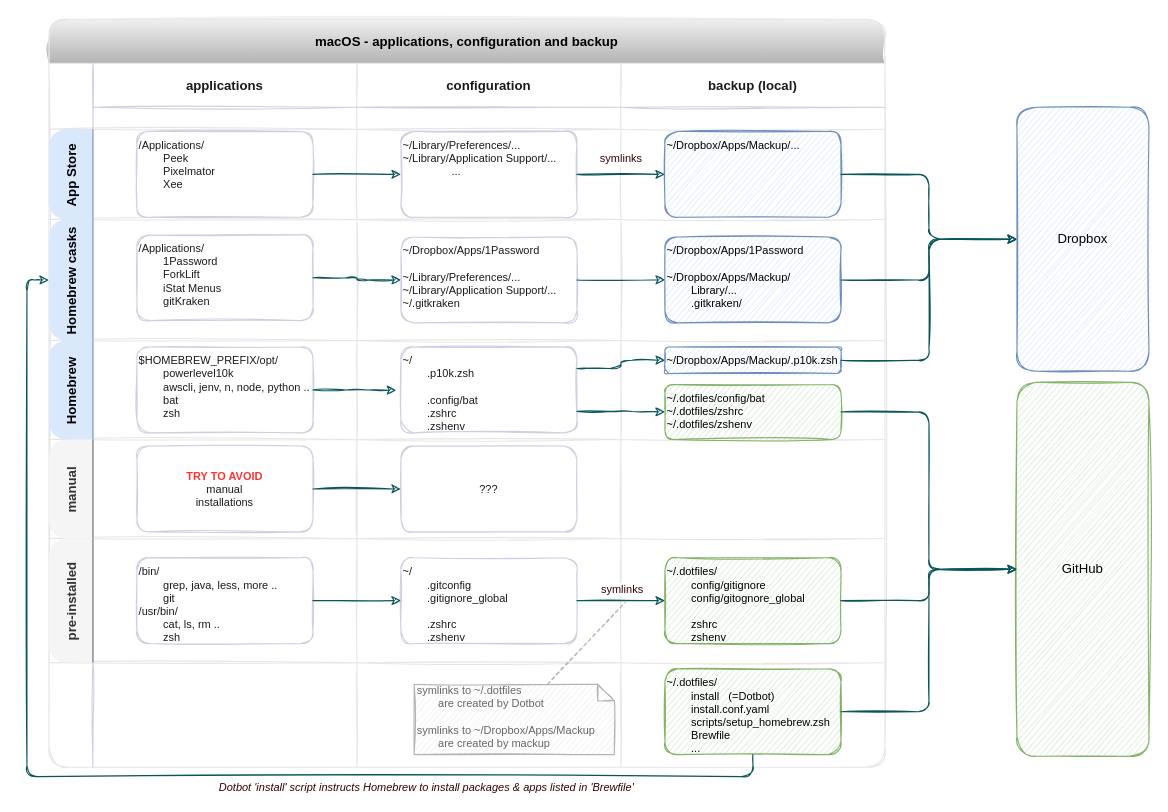
Before: resources/diagrams/dotfiles-overview.drawio in roelfie/dotfiles, a draw.io diagram. Source tidied: cells renumbered, new cells numbered last; positions are measured from the earlier drawing's top-left corner, leaving out a move shared by most shapes. Both pictures are drawn from the tidied source at 110%, with x=0, y=0 at pixel (48, 19).
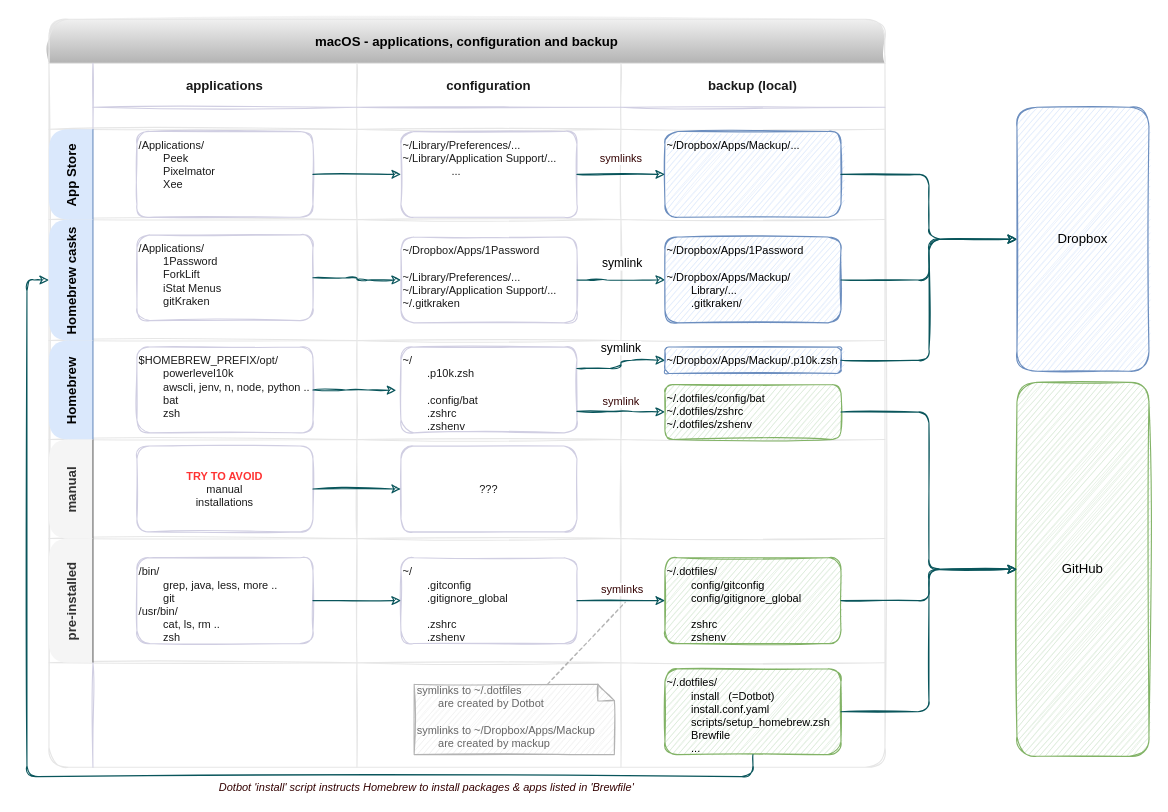
The same diagram, later.

Commit message (it also covers changes not shown here):
Corrections in diagram.

The change refers to these unchanged cells:
```xml
<mxCell id="16" value="Homebrew casks" style="shape=tableRow;horizontal=0;startSize=40;swimlaneHead=0;swimlaneBody=0;top=0;left=0;bottom=0;right=0;fillColor=#dae8fc;fontStyle=1;strokeColor=#6c8ebf;swimlaneFillColor=none;rounded=1;shadow=0;sketch=0;" parent="2" vertex="1">
  <mxGeometry y="182" width="760" height="110" as="geometry" />
</mxCell>
<mxCell id="21" value="~/Dropbox/Apps/1Password&lt;br&gt;&lt;br&gt;~/Library/Preferences/...&lt;br&gt;~/Library/Application Support/...&lt;br&gt;~/.gitkraken" style="rounded=1;whiteSpace=wrap;html=1;shadow=0;labelBackgroundColor=none;sketch=1;fontColor=#1A1A1A;strokeColor=#D0CEE2;fillColor=none;verticalAlign=top;align=left;fontSize=10;" parent="20" vertex="1">
  <mxGeometry x="40" y="16" width="160" height="78" as="geometry" />
</mxCell>
<mxCell id="23" value="~/Dropbox/Apps/1Password&lt;br&gt;&lt;br&gt;~/Dropbox/Apps/Mackup/&lt;br&gt;&lt;span style=&quot;white-space: pre;&quot;&gt;&#9;&lt;/span&gt;Library/...&lt;br&gt;&lt;span style=&quot;white-space: pre;&quot;&gt;&#9;&lt;/span&gt;.gitkraken/" style="rounded=1;whiteSpace=wrap;html=1;shadow=0;labelBackgroundColor=none;sketch=1;strokeColor=#6c8ebf;fillColor=#dae8fc;verticalAlign=top;align=left;fontSize=10;" parent="22" vertex="1">
  <mxGeometry x="40" y="16" width="160" height="78" as="geometry" />
</mxCell>
<mxCell id="26" value="Homebrew" style="shape=tableRow;horizontal=0;startSize=40;swimlaneHead=0;swimlaneBody=0;top=0;left=0;bottom=0;right=0;fillColor=#dae8fc;fontStyle=1;strokeColor=#6c8ebf;swimlaneFillColor=none;rounded=1;shadow=0;sketch=0;" parent="2" vertex="1">
  <mxGeometry y="292" width="760" height="90" as="geometry" />
</mxCell>
<mxCell id="30" value="~/&lt;br&gt;&lt;span style=&quot;white-space: pre;&quot;&gt;&#9;&lt;/span&gt;.p10k.zsh&lt;br&gt;&lt;br&gt;&lt;span style=&quot;white-space: pre;&quot;&gt;&#9;&lt;/span&gt;.config/bat&lt;br&gt;&lt;span style=&quot;white-space: pre;&quot;&gt;&#9;&lt;/span&gt;.zshrc&lt;br&gt;&lt;span style=&quot;white-space: pre;&quot;&gt;&#9;&lt;/span&gt;.zshenv" style="rounded=1;whiteSpace=wrap;html=1;shadow=0;labelBackgroundColor=none;sketch=1;fontColor=#1A1A1A;strokeColor=#D0CEE2;fillColor=none;verticalAlign=top;align=left;fontSize=10;" parent="29" vertex="1">
  <mxGeometry x="40" y="6" width="160" height="78" as="geometry" />
</mxCell>
<mxCell id="33" value="~/.dotfiles/config/bat&lt;br&gt;~/.dotfiles/zshrc&lt;br&gt;~/.dotfiles/zshenv" style="rounded=1;whiteSpace=wrap;html=1;shadow=0;labelBackgroundColor=none;sketch=1;strokeColor=#82b366;fillColor=#d5e8d4;verticalAlign=top;align=left;fontSize=10;" parent="31" vertex="1">
  <mxGeometry x="40" y="40" width="160" height="50" as="geometry" />
</mxCell>
<mxCell id="35" style="edgeStyle=orthogonalEdgeStyle;rounded=1;sketch=1;jettySize=auto;html=1;exitX=1;exitY=0.25;exitDx=0;exitDy=0;entryX=0;entryY=0.5;entryDx=0;entryDy=0;fontSize=10;fontColor=#330000;strokeColor=#09555B;" parent="26" edge="1" source="30" target="32">
  <mxGeometry relative="1" as="geometry" />
</mxCell>
<mxCell id="50" style="swimlane;swimlaneHead=0;swimlaneBody=0;fontStyle=0;fillColor=none;startSize=0;fontStyle=1;strokeColor=#D0CEE2;fontColor=#1A1A1A;labelPosition=left;verticalLabelPosition=top;align=right;verticalAlign=bottom;swimlaneFillColor=none;rounded=1;shadow=0;sketch=1;" parent="44" vertex="1">
  <mxGeometry x="520" width="240" height="113" as="geometry" />
</mxCell>
```

The edit, as a diff of the source:
```diff
@@
     <mxCell id="25" style="edgeStyle=orthogonalEdgeStyle;rounded=1;sketch=1;jettySize=auto;html=1;exitX=1;exitY=0.5;exitDx=0;exitDy=0;entryX=0;entryY=0.5;entryDx=0;entryDy=0;fontSize=10;fontColor=#330000;strokeColor=#09555B;" parent="16" edge="1" source="21" target="23">
-      <mxGeometry relative="1" as="geometry" />
+      <mxGeometry relative="1" as="geometry">
+        <Array as="points">
+          <mxPoint x="497" y="55" />
+          <mxPoint x="497" y="55" />
+        </Array>
+      </mxGeometry>
     </mxCell>
+    <mxCell id="70" value="symlink" style="edgeLabel;html=1;align=center;verticalAlign=middle;" parent="25" vertex="1">
+      <mxGeometry x="0.25" relative="1" as="geometry">
+        <mxPoint x="-10" y="-16" as="offset" />
+      </mxGeometry>
+    </mxCell>
@@
+    <mxCell id="71" value="symlink" style="edgeLabel;html=1;align=center;verticalAlign=middle;" parent="35" vertex="1">
+      <mxGeometry x="0.31" y="1" relative="1" as="geometry">
+        <mxPoint x="-10" y="-11" as="offset" />
+      </mxGeometry>
+    </mxCell>
-    <mxCell id="36" style="edgeStyle=orthogonalEdgeStyle;rounded=1;sketch=1;jettySize=auto;html=1;exitX=1;exitY=0.75;exitDx=0;exitDy=0;entryX=0;entryY=0.5;entryDx=0;entryDy=0;fontSize=10;fontColor=#330000;strokeColor=#09555B;" parent="26" edge="1" source="30" target="33">
-      <mxGeometry relative="1" as="geometry" />
+    <mxCell id="36" value="symlink" style="edgeStyle=orthogonalEdgeStyle;rounded=1;sketch=1;jettySize=auto;html=1;exitX=1;exitY=0.75;exitDx=0;exitDy=0;entryX=0;entryY=0.5;entryDx=0;entryDy=0;fontSize=10;fontColor=#330000;strokeColor=#09555B;" parent="26" edge="1" source="30" target="33">
+      <mxGeometry x="-0.01" y="-10" relative="1" as="geometry">
+        <mxPoint x="10" y="-10" as="offset" />
+      </mxGeometry>
     </mxCell>
@@
-    <mxCell id="51" value="~/.dotfiles/&lt;br&gt;&lt;span style=&quot;white-space: pre;&quot;&gt;&#9;&lt;/span&gt;config/gitignore&lt;br&gt;&lt;span style=&quot;white-space: pre;&quot;&gt;&#9;&lt;/span&gt;config/gitognore_global&lt;br&gt;&lt;br&gt;&lt;span style=&quot;white-space: pre;&quot;&gt;&#9;&lt;/span&gt;zshrc&lt;br&gt;&lt;span style=&quot;white-space: pre;&quot;&gt;&#9;&lt;/span&gt;zshenv" style="rounded=1;whiteSpace=wrap;html=1;shadow=0;labelBackgroundColor=none;sketch=1;strokeColor=#82b366;fillColor=#d5e8d4;verticalAlign=top;align=left;fontSize=10;" parent="50" vertex="1">
+    <mxCell id="51" value="~/.dotfiles/&lt;br&gt;&lt;span style=&quot;white-space: pre;&quot;&gt;&#9;&lt;/span&gt;config/gitconfig&lt;br&gt;&lt;span style=&quot;white-space: pre;&quot;&gt;&#9;&lt;/span&gt;config/gitignore_global&lt;br&gt;&lt;br&gt;&lt;span style=&quot;white-space: pre;&quot;&gt;&#9;&lt;/span&gt;zshrc&lt;br&gt;&lt;span style=&quot;white-space: pre;&quot;&gt;&#9;&lt;/span&gt;zshenv" style="rounded=1;whiteSpace=wrap;html=1;shadow=0;labelBackgroundColor=none;sketch=1;strokeColor=#82b366;fillColor=#d5e8d4;verticalAlign=top;align=left;fontSize=10;" parent="50" vertex="1">
       <mxGeometry x="40" y="17.5" width="160" height="78" as="geometry" />
     </mxCell>
```
